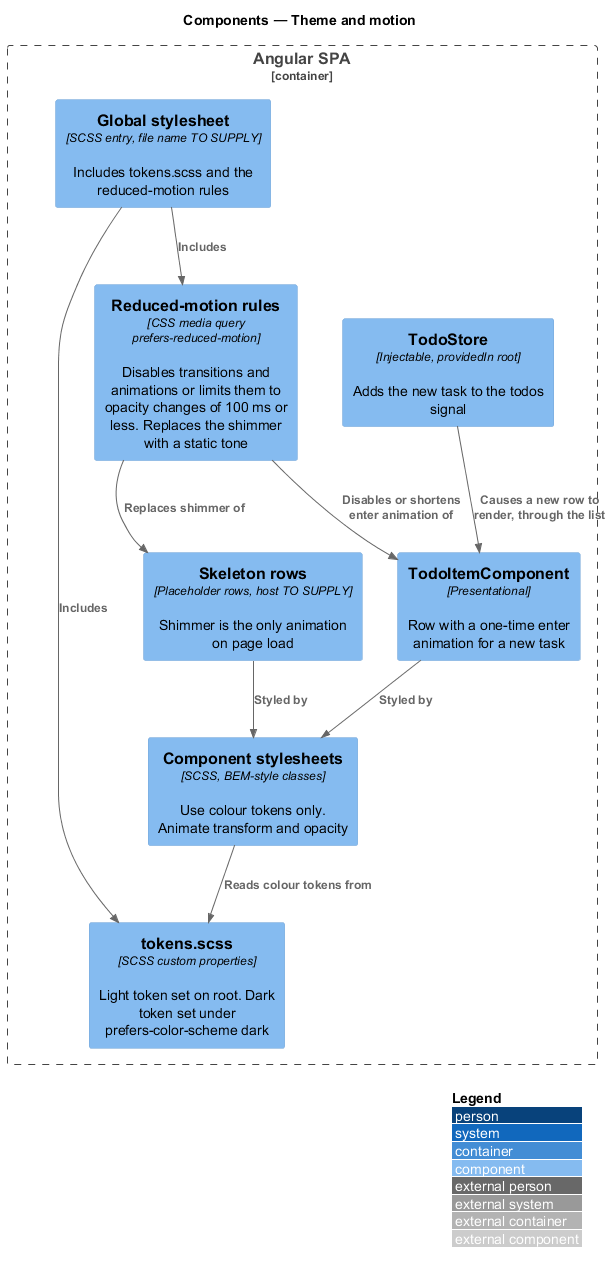
QuinntyneBrown/php-todo-lab keeps this PlantUML diagram as docs/detailed-designs/interface/theme-and-motion/diagrams/c4-component.png. Above is the earlier version.
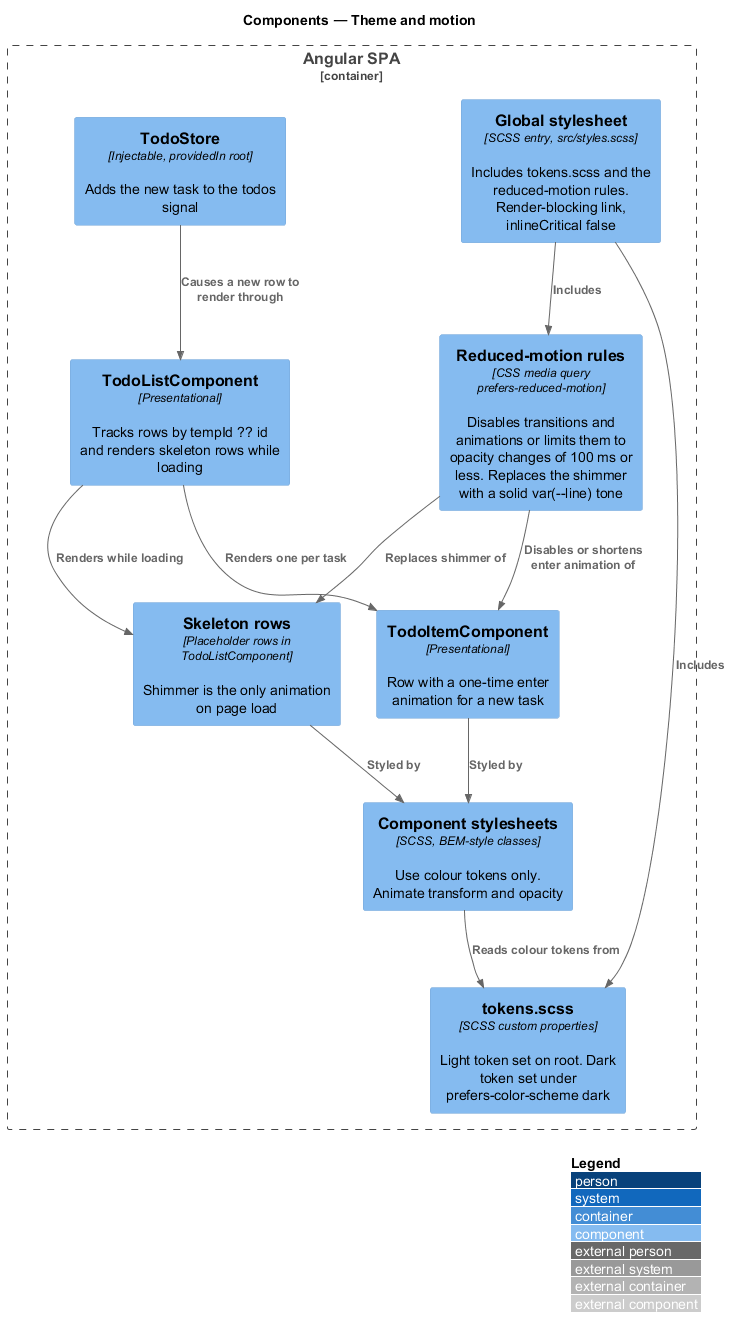
The same file after the commit.

Change to the diagram source:
```diff
@@ -4,12 +4,13 @@
 title Components — Theme and motion
 
 Container_Boundary(spa, "Angular SPA") {
-  Component(global, "Global stylesheet", "SCSS entry, file name TO SUPPLY", "Includes tokens.scss and the reduced-motion rules")
+  Component(global, "Global stylesheet", "SCSS entry, src/styles.scss", "Includes tokens.scss and the reduced-motion rules. Render-blocking link, inlineCritical false")
   Component(tokens, "tokens.scss", "SCSS custom properties", "Light token set on root. Dark token set under prefers-color-scheme dark")
-  Component(motion, "Reduced-motion rules", "CSS media query prefers-reduced-motion", "Disables transitions and animations or limits them to opacity changes of 100 ms or less. Replaces the shimmer with a static tone")
+  Component(motion, "Reduced-motion rules", "CSS media query prefers-reduced-motion", "Disables transitions and animations or limits them to opacity changes of 100 ms or less. Replaces the shimmer with a solid var(--line) tone")
   Component(css, "Component stylesheets", "SCSS, BEM-style classes", "Use colour tokens only. Animate transform and opacity")
   Component(item, "TodoItemComponent", "Presentational", "Row with a one-time enter animation for a new task")
-  Component(skeleton, "Skeleton rows", "Placeholder rows, host TO SUPPLY", "Shimmer is the only animation on page load")
+  Component(list, "TodoListComponent", "Presentational", "Tracks rows by tempId ?? id and renders skeleton rows while loading")
+  Component(skeleton, "Skeleton rows", "Placeholder rows in TodoListComponent", "Shimmer is the only animation on page load")
   Component(store, "TodoStore", "Injectable, providedIn root", "Adds the new task to the todos signal")
 }
 
@@ -20,5 +21,7 @@
 Rel(skeleton, css, "Styled by")
 Rel(motion, item, "Disables or shortens enter animation of")
 Rel(motion, skeleton, "Replaces shimmer of")
-Rel(store, item, "Causes a new row to render, through the list")
+Rel(store, list, "Causes a new row to render through")
+Rel(list, item, "Renders one per task")
+Rel(list, skeleton, "Renders while loading")
 @enduml
```
